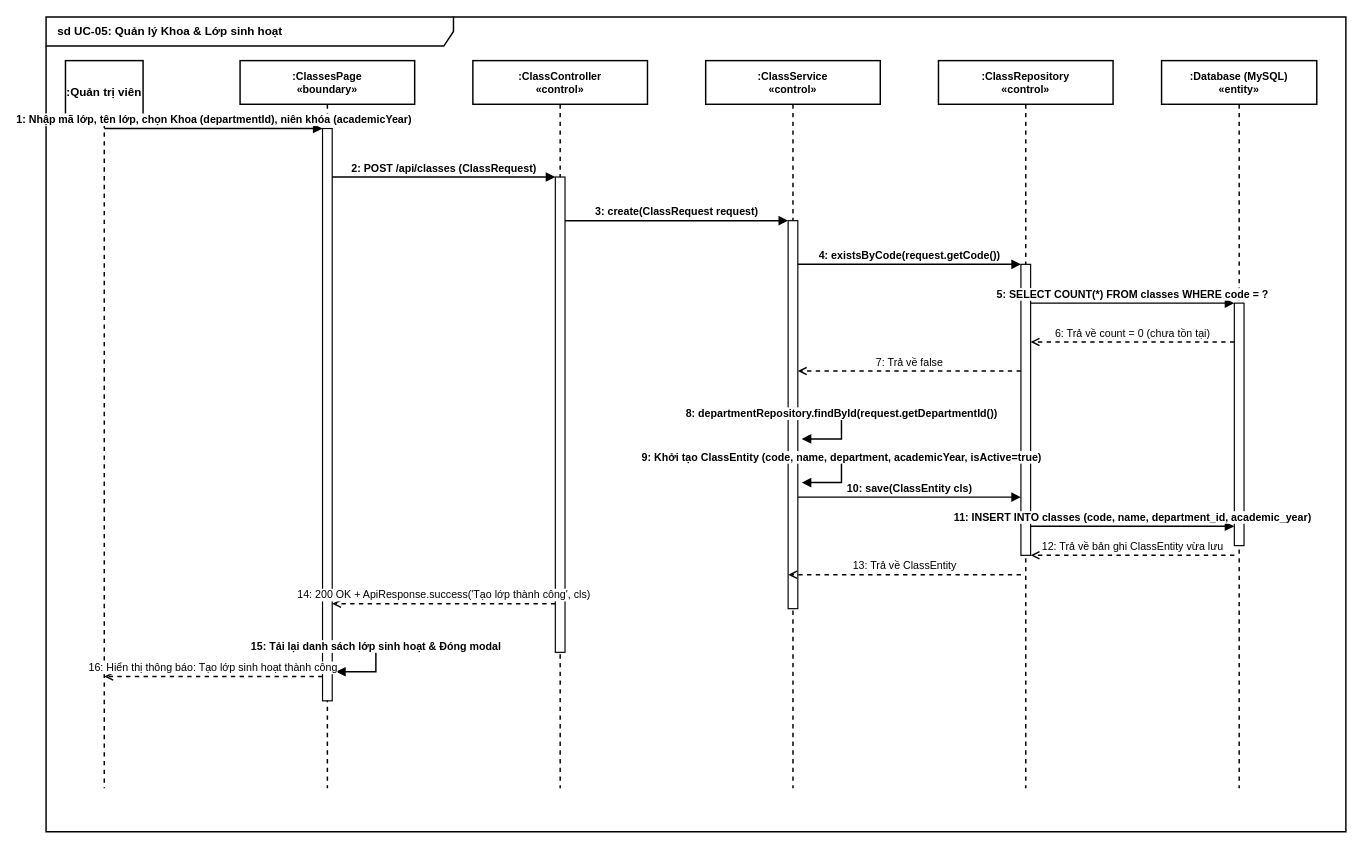
Above: page "5. Khoa & Lớp sinh hoạt" (5 of 23) of drawio/Sequence_Diagrams.drawio in DevMarkie/DoAnChuyenNganh (draw.io), before the change. Source tidied: cells renumbered, new cells numbered last; positions are measured from the earlier drawing's top-left corner, leaving out a move shared by most shapes. Both pictures are drawn from the tidied source at 97%, with x=0, y=0 at pixel (46, 16).
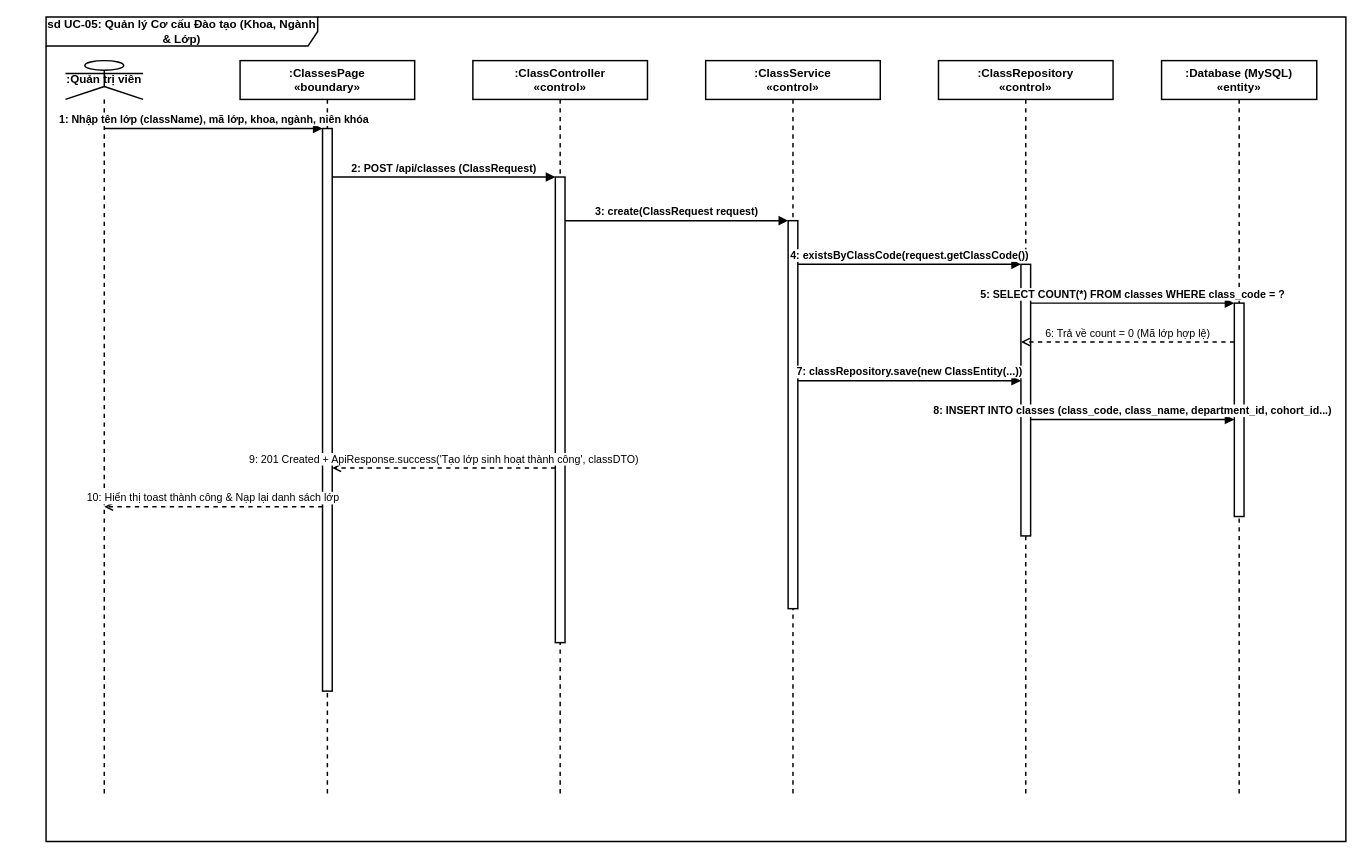
The same diagram, later.

What changed in the source:
```diff
@@
-    <mxCell id="2" value="sd UC-05: Quản lý Khoa &amp; Lớp sinh hoạt" style="shape=umlFrame;whiteSpace=wrap;html=1;fillColor=none;strokeColor=#000000;strokeWidth=1.5;width=420;height=30;fontStyle=1;fontSize=12;fontColor=#000000;align=left;spacingLeft=10;" parent="1" vertex="1">
-      <mxGeometry width="1340" height="840" as="geometry" />
-    </mxCell>
+    <mxCell id="30" value="sd UC-05: Quản lý Cơ cấu Đào tạo (Khoa, Ngành &amp; Lớp)" style="shape=umlFrame;whiteSpace=wrap;html=1;width=280;height=30;strokeColor=#000000;strokeWidth=1.5;fillColor=none;fontColor=#000000;fontStyle=1;fontSize=12;" parent="1" vertex="1">
+      <mxGeometry width="1340" height="850" as="geometry" />
+    </mxCell>
-    <mxCell id="3" value=":Quản trị viên" style="shape=umlLifeline;perimeter=lifelinePerimeter;whiteSpace=wrap;html=1;strokeColor=#000000;strokeWidth=1.5;fillColor=#ffffff;fontStyle=1;fontSize=12;fontColor=#000000;size=65;" parent="1" vertex="1">
-      <mxGeometry x="20" y="45" width="80" height="750" as="geometry" />
+    <mxCell id="3" value=":Quản trị viên" style="shape=umlLifeline;participant=umlActor;perimeter=lifelinePerimeter;whiteSpace=wrap;html=1;strokeColor=#000000;strokeWidth=1.5;fillColor=#ffffff;fontColor=#000000;fontStyle=1;fontSize=12;" parent="1" vertex="1">
+      <mxGeometry x="20" y="45" width="80" height="760" as="geometry" />
     </mxCell>
-    <mxCell id="4" value=":ClassesPage&#10;«boundary»" style="shape=umlLifeline;perimeter=lifelinePerimeter;whiteSpace=wrap;html=1;strokeColor=#000000;strokeWidth=1.5;fillColor=#ffffff;fontStyle=1;fontSize=11;fontColor=#000000;size=45;" parent="1" vertex="1">
-      <mxGeometry x="200" y="45" width="180" height="750" as="geometry" />
+    <mxCell id="4" value=":ClassesPage&#10;«boundary»" style="shape=umlLifeline;perimeter=lifelinePerimeter;whiteSpace=wrap;html=1;strokeColor=#000000;strokeWidth=1.5;fillColor=#ffffff;fontColor=#000000;fontStyle=1;fontSize=12;" parent="1" vertex="1">
+      <mxGeometry x="200" y="45" width="180" height="760" as="geometry" />
     </mxCell>
-    <mxCell id="5" value=":ClassController&#10;«control»" style="shape=umlLifeline;perimeter=lifelinePerimeter;whiteSpace=wrap;html=1;strokeColor=#000000;strokeWidth=1.5;fillColor=#ffffff;fontStyle=1;fontSize=11;fontColor=#000000;size=45;" parent="1" vertex="1">
-      <mxGeometry x="440" y="45" width="180" height="750" as="geometry" />
+    <mxCell id="5" value=":ClassController&#10;«control»" style="shape=umlLifeline;perimeter=lifelinePerimeter;whiteSpace=wrap;html=1;strokeColor=#000000;strokeWidth=1.5;fillColor=#ffffff;fontColor=#000000;fontStyle=1;fontSize=12;" parent="1" vertex="1">
+      <mxGeometry x="440" y="45" width="180" height="760" as="geometry" />
     </mxCell>
-    <mxCell id="6" value=":ClassService&#10;«control»" style="shape=umlLifeline;perimeter=lifelinePerimeter;whiteSpace=wrap;html=1;strokeColor=#000000;strokeWidth=1.5;fillColor=#ffffff;fontStyle=1;fontSize=11;fontColor=#000000;size=45;" parent="1" vertex="1">
-      <mxGeometry x="680" y="45" width="180" height="750" as="geometry" />
+    <mxCell id="6" value=":ClassService&#10;«control»" style="shape=umlLifeline;perimeter=lifelinePerimeter;whiteSpace=wrap;html=1;strokeColor=#000000;strokeWidth=1.5;fillColor=#ffffff;fontColor=#000000;fontStyle=1;fontSize=12;" parent="1" vertex="1">
+      <mxGeometry x="680" y="45" width="180" height="760" as="geometry" />
     </mxCell>
-    <mxCell id="7" value=":ClassRepository&#10;«control»" style="shape=umlLifeline;perimeter=lifelinePerimeter;whiteSpace=wrap;html=1;strokeColor=#000000;strokeWidth=1.5;fillColor=#ffffff;fontStyle=1;fontSize=11;fontColor=#000000;size=45;" parent="1" vertex="1">
-      <mxGeometry x="920" y="45" width="180" height="750" as="geometry" />
+    <mxCell id="7" value=":ClassRepository&#10;«control»" style="shape=umlLifeline;perimeter=lifelinePerimeter;whiteSpace=wrap;html=1;strokeColor=#000000;strokeWidth=1.5;fillColor=#ffffff;fontColor=#000000;fontStyle=1;fontSize=12;" parent="1" vertex="1">
+      <mxGeometry x="920" y="45" width="180" height="760" as="geometry" />
     </mxCell>
-    <mxCell id="8" value=":Database (MySQL)&#10;«entity»" style="shape=umlLifeline;perimeter=lifelinePerimeter;whiteSpace=wrap;html=1;strokeColor=#000000;strokeWidth=1.5;fillColor=#ffffff;fontStyle=1;fontSize=11;fontColor=#000000;size=45;" parent="1" vertex="1">
-      <mxGeometry x="1150" y="45" width="160" height="750" as="geometry" />
+    <mxCell id="8" value=":Database (MySQL)&#10;«entity»" style="shape=umlLifeline;perimeter=lifelinePerimeter;whiteSpace=wrap;html=1;strokeColor=#000000;strokeWidth=1.5;fillColor=#ffffff;fontColor=#000000;fontStyle=1;fontSize=12;" parent="1" vertex="1">
+      <mxGeometry x="1150" y="45" width="160" height="760" as="geometry" />
     </mxCell>
-    <mxCell id="9" style="html=1;perimeter=orthogonalPerimeter;strokeColor=#000000;strokeWidth=1.2;fillColor=#ffffff;" parent="1" vertex="1">
-      <mxGeometry x="285" y="115" width="10" height="590" as="geometry" />
+    <mxCell id="9" style="html=1;perimeter=orthogonalPerimeter;strokeColor=#000000;strokeWidth=1.5;fillColor=#ffffff;" parent="1" vertex="1">
+      <mxGeometry x="285" y="115" width="10" height="580" as="geometry" />
     </mxCell>
-    <mxCell id="10" style="html=1;perimeter=orthogonalPerimeter;strokeColor=#000000;strokeWidth=1.2;fillColor=#ffffff;" parent="1" vertex="1">
-      <mxGeometry x="525" y="165" width="10" height="490" as="geometry" />
+    <mxCell id="10" style="html=1;perimeter=orthogonalPerimeter;strokeColor=#000000;strokeWidth=1.5;fillColor=#ffffff;" parent="1" vertex="1">
+      <mxGeometry x="525" y="165" width="10" height="480" as="geometry" />
     </mxCell>
-    <mxCell id="11" style="html=1;perimeter=orthogonalPerimeter;strokeColor=#000000;strokeWidth=1.2;fillColor=#ffffff;" parent="1" vertex="1">
+    <mxCell id="11" style="html=1;perimeter=orthogonalPerimeter;strokeColor=#000000;strokeWidth=1.5;fillColor=#ffffff;" parent="1" vertex="1">
       <mxGeometry x="765" y="210" width="10" height="400" as="geometry" />
     </mxCell>
-    <mxCell id="12" style="html=1;perimeter=orthogonalPerimeter;strokeColor=#000000;strokeWidth=1.2;fillColor=#ffffff;" parent="1" vertex="1">
-      <mxGeometry x="1005" y="255" width="10" height="300" as="geometry" />
+    <mxCell id="12" style="html=1;perimeter=orthogonalPerimeter;strokeColor=#000000;strokeWidth=1.5;fillColor=#ffffff;" parent="1" vertex="1">
+      <mxGeometry x="1005" y="255" width="10" height="280" as="geometry" />
     </mxCell>
-    <mxCell id="13" style="html=1;perimeter=orthogonalPerimeter;strokeColor=#000000;strokeWidth=1.2;fillColor=#ffffff;" parent="1" vertex="1">
-      <mxGeometry x="1225" y="295" width="10" height="250" as="geometry" />
+    <mxCell id="13" style="html=1;perimeter=orthogonalPerimeter;strokeColor=#000000;strokeWidth=1.5;fillColor=#ffffff;" parent="1" vertex="1">
+      <mxGeometry x="1225" y="295" width="10" height="220" as="geometry" />
     </mxCell>
-    <mxCell id="14" value="1: Nhập mã lớp, tên lớp, chọn Khoa (departmentId), niên khóa (academicYear)" style="html=1;verticalAlign=bottom;endArrow=block;strokeColor=#000000;strokeWidth=1.5;labelBackgroundColor=#ffffff;labelBorderColor=none;fillColor=none;fontColor=#000000;fontSize=11;fontStyle=1;" parent="1" edge="1">
+    <mxCell id="14" value="1: Nhập tên lớp (className), mã lớp, khoa, ngành, niên khóa" style="html=1;verticalAlign=bottom;endArrow=block;strokeColor=#000000;strokeWidth=1.5;labelBackgroundColor=#ffffff;labelBorderColor=none;fillColor=none;fontColor=#000000;fontSize=11;fontStyle=1;" parent="1" edge="1">
       <mxGeometry relative="1" as="geometry">
         <mxPoint x="60" y="115" as="sourcePoint" />
         <mxPoint x="285" y="115" as="targetPoint" />
       </mxGeometry>
     </mxCell>
@@
-    <mxCell id="17" value="4: existsByCode(request.getCode())" style="html=1;verticalAlign=bottom;endArrow=block;strokeColor=#000000;strokeWidth=1.5;labelBackgroundColor=#ffffff;labelBorderColor=none;fillColor=none;fontColor=#000000;fontSize=11;fontStyle=1;" parent="1" edge="1">
+    <mxCell id="17" value="4: existsByClassCode(request.getClassCode())" style="html=1;verticalAlign=bottom;endArrow=block;strokeColor=#000000;strokeWidth=1.5;labelBackgroundColor=#ffffff;labelBorderColor=none;fillColor=none;fontColor=#000000;fontSize=11;fontStyle=1;" parent="1" edge="1">
       <mxGeometry relative="1" as="geometry">
         <mxPoint x="775" y="255" as="sourcePoint" />
         <mxPoint x="1005" y="255" as="targetPoint" />
       </mxGeometry>
     </mxCell>
-    <mxCell id="18" value="5: SELECT COUNT(*) FROM classes WHERE code = ?" style="html=1;verticalAlign=bottom;endArrow=block;strokeColor=#000000;strokeWidth=1.5;labelBackgroundColor=#ffffff;labelBorderColor=none;fillColor=none;fontColor=#000000;fontSize=11;fontStyle=1;" parent="1" edge="1">
+    <mxCell id="18" value="5: SELECT COUNT(*) FROM classes WHERE class_code = ?" style="html=1;verticalAlign=bottom;endArrow=block;strokeColor=#000000;strokeWidth=1.5;labelBackgroundColor=#ffffff;labelBorderColor=none;fillColor=none;fontColor=#000000;fontSize=11;fontStyle=1;" parent="1" edge="1">
       <mxGeometry relative="1" as="geometry">
         <mxPoint x="1015" y="295" as="sourcePoint" />
         <mxPoint x="1225" y="295" as="targetPoint" />
       </mxGeometry>
     </mxCell>
-    <mxCell id="19" value="6: Trả về count = 0 (chưa tồn tại)" style="html=1;verticalAlign=bottom;endArrow=open;dashed=1;strokeColor=#000000;strokeWidth=1.5;labelBackgroundColor=#ffffff;labelBorderColor=none;fillColor=none;fontColor=#000000;fontSize=11;fontStyle=0;" parent="1" edge="1">
+    <mxCell id="19" value="6: Trả về count = 0 (Mã lớp hợp lệ)" style="html=1;verticalAlign=bottom;endArrow=open;dashed=1;strokeColor=#000000;strokeWidth=1.5;labelBackgroundColor=#ffffff;labelBorderColor=none;fillColor=none;fontColor=#000000;fontSize=11;fontStyle=0;" parent="1" edge="1">
       <mxGeometry relative="1" as="geometry">
         <mxPoint x="1225" y="335" as="sourcePoint" />
-        <mxPoint x="1015" y="335" as="targetPoint" />
+        <mxPoint x="1005" y="335" as="targetPoint" />
       </mxGeometry>
     </mxCell>
-    <mxCell id="20" value="7: Trả về false" style="html=1;verticalAlign=bottom;endArrow=open;dashed=1;strokeColor=#000000;strokeWidth=1.5;labelBackgroundColor=#ffffff;labelBorderColor=none;fillColor=none;fontColor=#000000;fontSize=11;fontStyle=0;" parent="1" edge="1">
+    <mxCell id="20" value="7: classRepository.save(new ClassEntity(...))" style="html=1;verticalAlign=bottom;endArrow=block;strokeColor=#000000;strokeWidth=1.5;labelBackgroundColor=#ffffff;labelBorderColor=none;fillColor=none;fontColor=#000000;fontSize=11;fontStyle=1;" parent="1" edge="1">
       <mxGeometry relative="1" as="geometry">
-        <mxPoint x="1005" y="365" as="sourcePoint" />
-        <mxPoint x="775" y="365" as="targetPoint" />
+        <mxPoint x="775" y="375" as="sourcePoint" />
+        <mxPoint x="1005" y="375" as="targetPoint" />
       </mxGeometry>
     </mxCell>
-    <mxCell id="21" value="8: departmentRepository.findById(request.getDepartmentId())" style="html=1;verticalAlign=bottom;endArrow=block;strokeColor=#000000;strokeWidth=1.5;labelBackgroundColor=#ffffff;labelBorderColor=none;fillColor=none;fontColor=#000000;fontSize=11;fontStyle=1;edgeStyle=orthogonalEdgeStyle;curved=0;rounded=0;" parent="1" edge="1">
+    <mxCell id="21" value="8: INSERT INTO classes (class_code, class_name, department_id, cohort_id...)" style="html=1;verticalAlign=bottom;endArrow=block;strokeColor=#000000;strokeWidth=1.5;labelBackgroundColor=#ffffff;labelBorderColor=none;fillColor=none;fontColor=#000000;fontSize=11;fontStyle=1;" parent="1" edge="1">
       <mxGeometry relative="1" as="geometry">
-        <mxPoint x="775" y="405" as="sourcePoint" />
-        <mxPoint x="779" y="435" as="targetPoint" />
-        <Array as="points">
-          <mxPoint x="820" y="405" />
-          <mxPoint x="820" y="435" />
-        </Array>
+        <mxPoint x="1015" y="415" as="sourcePoint" />
+        <mxPoint x="1225" y="415" as="targetPoint" />
       </mxGeometry>
     </mxCell>
-    <mxCell id="22" value="9: Khởi tạo ClassEntity (code, name, department, academicYear, isActive=true)" style="html=1;verticalAlign=bottom;endArrow=block;strokeColor=#000000;strokeWidth=1.5;labelBackgroundColor=#ffffff;labelBorderColor=none;fillColor=none;fontColor=#000000;fontSize=11;fontStyle=1;edgeStyle=orthogonalEdgeStyle;curved=0;rounded=0;" parent="1" edge="1">
+    <mxCell id="22" value="9: 201 Created + ApiResponse.success('Tạo lớp sinh hoạt thành công', classDTO)" style="html=1;verticalAlign=bottom;endArrow=open;dashed=1;strokeColor=#000000;strokeWidth=1.5;labelBackgroundColor=#ffffff;labelBorderColor=none;fillColor=none;fontColor=#000000;fontSize=11;fontStyle=0;" parent="1" edge="1">
       <mxGeometry relative="1" as="geometry">
-        <mxPoint x="775" y="450" as="sourcePoint" />
-        <mxPoint x="779" y="480" as="targetPoint" />
-        <Array as="points">
-          <mxPoint x="820" y="450" />
-          <mxPoint x="820" y="480" />
-        </Array>
+        <mxPoint x="525" y="465" as="sourcePoint" />
+        <mxPoint x="295" y="465" as="targetPoint" />
       </mxGeometry>
     </mxCell>
-    <mxCell id="23" value="10: save(ClassEntity cls)" style="html=1;verticalAlign=bottom;endArrow=block;strokeColor=#000000;strokeWidth=1.5;labelBackgroundColor=#ffffff;labelBorderColor=none;fillColor=none;fontColor=#000000;fontSize=11;fontStyle=1;" parent="1" edge="1">
+    <mxCell id="23" value="10: Hiển thị toast thành công &amp; Nạp lại danh sách lớp" style="html=1;verticalAlign=bottom;endArrow=open;dashed=1;strokeColor=#000000;strokeWidth=1.5;labelBackgroundColor=#ffffff;labelBorderColor=none;fillColor=none;fontColor=#000000;fontSize=11;fontStyle=0;" parent="1" edge="1">
       <mxGeometry relative="1" as="geometry">
-        <mxPoint x="775" y="495" as="sourcePoint" />
-        <mxPoint x="1005" y="495" as="targetPoint" />
+        <mxPoint x="285" y="505" as="sourcePoint" />
+        <mxPoint x="60" y="505" as="targetPoint" />
       </mxGeometry>
     </mxCell>
-    <mxCell id="24" value="11: INSERT INTO classes (code, name, department_id, academic_year)" style="html=1;verticalAlign=bottom;endArrow=block;strokeColor=#000000;strokeWidth=1.5;labelBackgroundColor=#ffffff;labelBorderColor=none;fillColor=none;fontColor=#000000;fontSize=11;fontStyle=1;" parent="1" edge="1">
-      <mxGeometry relative="1" as="geometry">
-        <mxPoint x="1015" y="525" as="sourcePoint" />
-        <mxPoint x="1225" y="525" as="targetPoint" />
-      </mxGeometry>
-    </mxCell>
-    <mxCell id="25" value="12: Trả về bản ghi ClassEntity vừa lưu" style="html=1;verticalAlign=bottom;endArrow=open;dashed=1;strokeColor=#000000;strokeWidth=1.5;labelBackgroundColor=#ffffff;labelBorderColor=none;fillColor=none;fontColor=#000000;fontSize=11;fontStyle=0;" parent="1" edge="1">
-      <mxGeometry relative="1" as="geometry">
-        <mxPoint x="1225" y="555" as="sourcePoint" />
-        <mxPoint x="1015" y="555" as="targetPoint" />
-      </mxGeometry>
-    </mxCell>
-    <mxCell id="26" value="13: Trả về ClassEntity" style="html=1;verticalAlign=bottom;endArrow=open;dashed=1;strokeColor=#000000;strokeWidth=1.5;labelBackgroundColor=#ffffff;labelBorderColor=none;fillColor=none;fontColor=#000000;fontSize=11;fontStyle=0;" parent="1" edge="1">
-      <mxGeometry relative="1" as="geometry">
-        <mxPoint x="1005" y="575" as="sourcePoint" />
-        <mxPoint x="765" y="575" as="targetPoint" />
-      </mxGeometry>
-    </mxCell>
-    <mxCell id="27" value="14: 200 OK + ApiResponse.success('Tạo lớp thành công', cls)" style="html=1;verticalAlign=bottom;endArrow=open;dashed=1;strokeColor=#000000;strokeWidth=1.5;labelBackgroundColor=#ffffff;labelBorderColor=none;fillColor=none;fontColor=#000000;fontSize=11;fontStyle=0;" parent="1" edge="1">
-      <mxGeometry relative="1" as="geometry">
-        <mxPoint x="525" y="605" as="sourcePoint" />
-        <mxPoint x="295" y="605" as="targetPoint" />
-      </mxGeometry>
-    </mxCell>
-    <mxCell id="28" value="15: Tải lại danh sách lớp sinh hoạt &amp; Đóng modal" style="html=1;verticalAlign=bottom;endArrow=block;strokeColor=#000000;strokeWidth=1.5;labelBackgroundColor=#ffffff;labelBorderColor=none;fillColor=none;fontColor=#000000;fontSize=11;fontStyle=1;edgeStyle=orthogonalEdgeStyle;curved=0;rounded=0;" parent="1" edge="1">
-      <mxGeometry relative="1" as="geometry">
-        <mxPoint x="295" y="645" as="sourcePoint" />
-        <mxPoint x="299" y="675" as="targetPoint" />
-        <Array as="points">
-          <mxPoint x="340" y="645" />
-          <mxPoint x="340" y="675" />
-        </Array>
-      </mxGeometry>
-    </mxCell>
-    <mxCell id="29" value="16: Hiển thị thông báo: Tạo lớp sinh hoạt thành công" style="html=1;verticalAlign=bottom;endArrow=open;dashed=1;strokeColor=#000000;strokeWidth=1.5;labelBackgroundColor=#ffffff;labelBorderColor=none;fillColor=none;fontColor=#000000;fontSize=11;fontStyle=0;" parent="1" edge="1">
-      <mxGeometry relative="1" as="geometry">
-        <mxPoint x="285" y="680" as="sourcePoint" />
-        <mxPoint x="60" y="680" as="targetPoint" />
-      </mxGeometry>
-    </mxCell>
```
